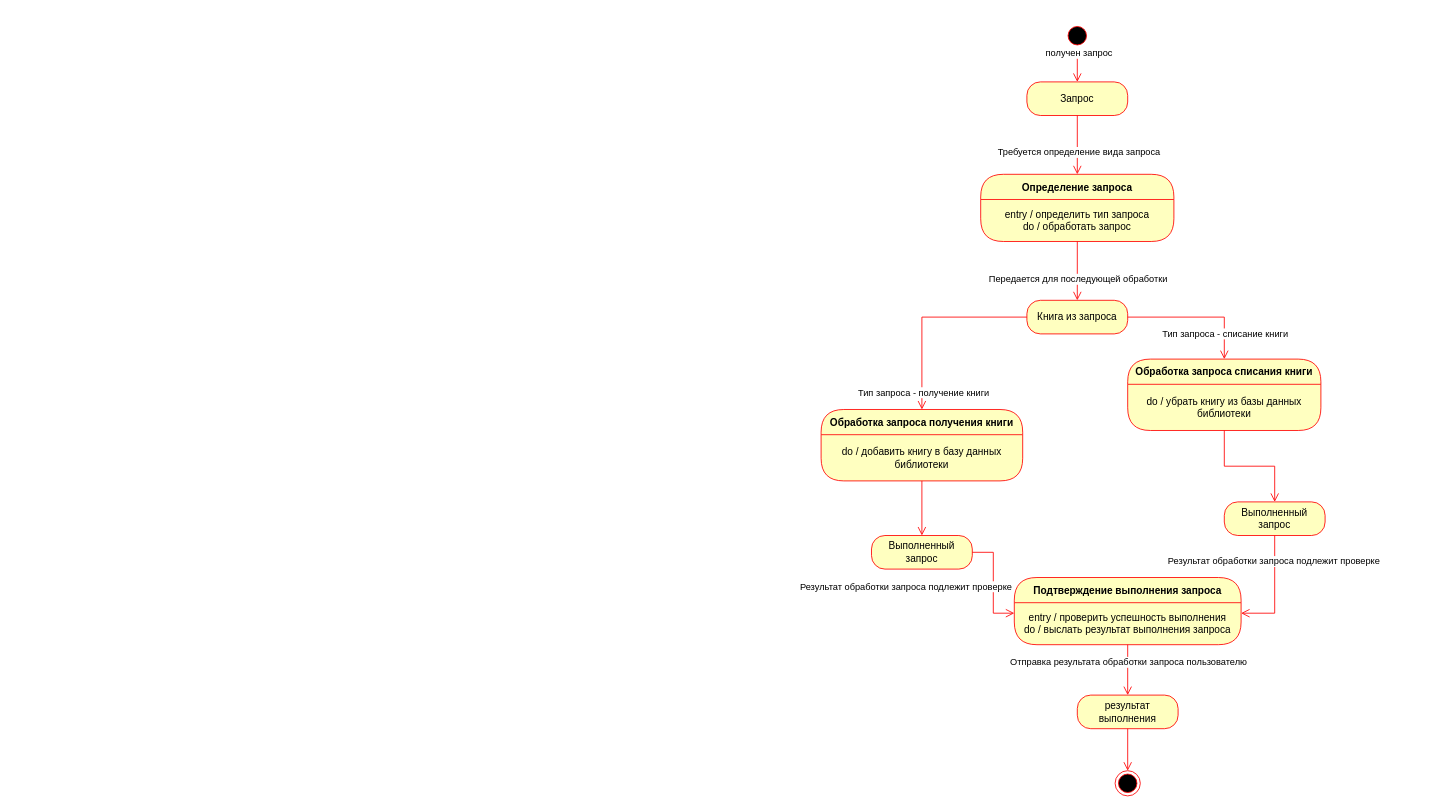
This is Шестая практика.drawio from sergkhr/VUZsystemModeling, a draw.io file, before an edit. Source tidied: cells renumbered, new cells numbered last; positions are measured from the earlier drawing's top-left corner, leaving out a move shared by most shapes. Both pictures are drawn from the tidied source at 84%, with x=0, y=0 at pixel (821, 23).
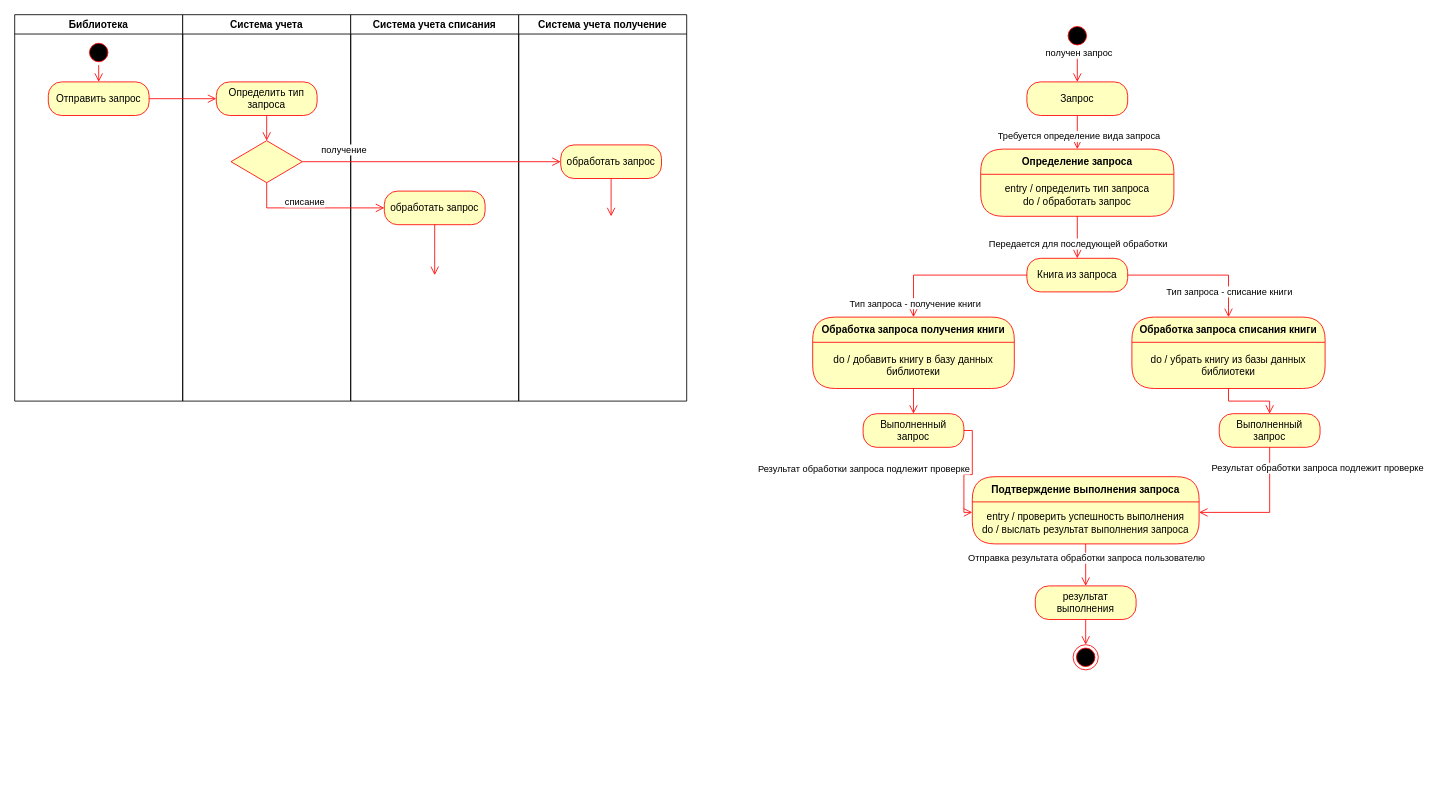
After the change.

The change refers to these unchanged cells:
```xml
<mxCell id="22" style="edgeStyle=orthogonalEdgeStyle;html=1;verticalAlign=bottom;endArrow=open;endSize=8;strokeColor=#ff0000;rounded=0;entryX=0;entryY=0.25;entryDx=0;entryDy=0;" parent="1" edge="1" source="21" target="25">
  <mxGeometry relative="1" as="geometry" />
</mxCell>
<mxCell id="29" style="edgeStyle=orthogonalEdgeStyle;html=1;verticalAlign=bottom;endArrow=open;endSize=8;strokeColor=#ff0000;rounded=0;entryX=1;entryY=0.25;entryDx=0;entryDy=0;exitX=0.5;exitY=1;exitDx=0;exitDy=0;" parent="1" edge="1" source="28" target="25">
  <mxGeometry relative="1" as="geometry" />
</mxCell>
```

Change to the diagram source:
```diff
@@
     <mxCell id="8" value="Определение запроса" style="swimlane;fontStyle=1;align=center;verticalAlign=middle;horizontal=1;startSize=30;fontColor=#000000;rounded=1;arcSize=30;strokeColor=#ff0000;fillColor=#ffffc0;swimlaneFillColor=#ffffc0;" parent="1" vertex="1">
-      <mxGeometry x="190" y="180" width="230" height="80" as="geometry" />
+      <mxGeometry x="190" y="150" width="230" height="80" as="geometry" />
     </mxCell>
@@
     <mxCell id="10" value="Обработка запроса получения книги" style="swimlane;fontStyle=1;align=center;verticalAlign=middle;horizontal=1;startSize=30;fontColor=#000000;rounded=1;arcSize=30;strokeColor=#ff0000;fillColor=#ffffc0;swimlaneFillColor=#ffffc0;" parent="1" vertex="1">
-      <mxGeometry y="460" width="240" height="85" as="geometry" />
+      <mxGeometry x="-10" y="350" width="240" height="85" as="geometry" />
     </mxCell>
@@
     <mxCell id="13" value="Книга из запроса" style="rounded=1;whiteSpace=wrap;html=1;arcSize=40;fontColor=#000000;fillColor=#ffffc0;strokeColor=#ff0000;" parent="1" vertex="1">
-      <mxGeometry x="245" y="330" width="120" height="40" as="geometry" />
+      <mxGeometry x="245" y="280" width="120" height="40" as="geometry" />
     </mxCell>
@@
     <mxCell id="16" value="Обработка запроса списания книги" style="swimlane;fontStyle=1;align=center;verticalAlign=middle;horizontal=1;startSize=30;fontColor=#000000;rounded=1;arcSize=30;strokeColor=#ff0000;fillColor=#ffffc0;swimlaneFillColor=#ffffc0;" parent="1" vertex="1">
-      <mxGeometry x="365" y="400" width="230" height="85" as="geometry" />
+      <mxGeometry x="370" y="350" width="230" height="85" as="geometry" />
     </mxCell>
@@
     <mxCell id="21" value="Выполненный запрос" style="rounded=1;whiteSpace=wrap;html=1;arcSize=40;fontColor=#000000;fillColor=#ffffc0;strokeColor=#ff0000;" parent="1" vertex="1">
-      <mxGeometry x="60" y="610" width="120" height="40" as="geometry" />
+      <mxGeometry x="50" y="465" width="120" height="40" as="geometry" />
     </mxCell>
@@
     <mxCell id="23" value="Результат обработки запроса подлежит проверке" style="edgeLabel;html=1;align=center;verticalAlign=middle;" parent="22" vertex="1">
       <mxGeometry x="-0.46" y="1" relative="1" as="geometry">
-        <mxPoint x="-106" y="32" as="offset" />
+        <mxPoint x="-131" y="21" as="offset" />
       </mxGeometry>
     </mxCell>
     <mxCell id="24" value="Подтверждение выполнения запроса" style="swimlane;fontStyle=1;align=center;verticalAlign=middle;horizontal=1;startSize=30;fontColor=#000000;rounded=1;arcSize=30;strokeColor=#ff0000;fillColor=#ffffc0;swimlaneFillColor=#ffffc0;" parent="1" vertex="1">
-      <mxGeometry x="230" y="660" width="270" height="80" as="geometry" />
+      <mxGeometry x="180" y="540" width="270" height="80" as="geometry" />
     </mxCell>
@@
     <mxCell id="28" value="Выполненный запрос" style="rounded=1;whiteSpace=wrap;html=1;arcSize=40;fontColor=#000000;fillColor=#ffffc0;strokeColor=#ff0000;" parent="1" vertex="1">
-      <mxGeometry x="480" y="570" width="120" height="40" as="geometry" />
+      <mxGeometry x="474" y="465" width="120" height="40" as="geometry" />
     </mxCell>
@@
     <mxCell id="30" value="Результат обработки запроса подлежит проверке" style="edgeLabel;html=1;align=center;verticalAlign=middle;" parent="29" vertex="1">
       <mxGeometry x="0.04" y="-2" relative="1" as="geometry">
-        <mxPoint y="-39" as="offset" />
+        <mxPoint x="63" y="-51" as="offset" />
       </mxGeometry>
     </mxCell>
     <mxCell id="31" value="результат выполнения" style="rounded=1;whiteSpace=wrap;html=1;arcSize=40;fontColor=#000000;fillColor=#ffffc0;strokeColor=#ff0000;" parent="1" vertex="1">
-      <mxGeometry x="305" y="800" width="120" height="40" as="geometry" />
+      <mxGeometry x="255" y="670" width="120" height="40" as="geometry" />
     </mxCell>
@@
     <mxCell id="33" style="ellipse;html=1;shape=endState;fillColor=#000000;strokeColor=#ff0000;" parent="1" vertex="1">
-      <mxGeometry x="350" y="890" width="30" height="30" as="geometry" />
+      <mxGeometry x="300" y="740" width="30" height="30" as="geometry" />
     </mxCell>
@@
+    <mxCell id="36" value="Библиотека" style="swimlane;whiteSpace=wrap;html=1;" parent="1" vertex="1">
+      <mxGeometry x="-960" y="-10" width="200" height="460" as="geometry" />
+    </mxCell>
+    <mxCell id="37" style="ellipse;html=1;shape=startState;fillColor=#000000;strokeColor=#ff0000;" parent="36" vertex="1">
+      <mxGeometry x="85" y="30" width="30" height="30" as="geometry" />
+    </mxCell>
+    <mxCell id="38" style="edgeStyle=orthogonalEdgeStyle;html=1;verticalAlign=bottom;endArrow=open;endSize=8;strokeColor=#ff0000;rounded=0;entryX=0.5;entryY=0;entryDx=0;entryDy=0;" parent="36" edge="1" source="37" target="39">
+      <mxGeometry relative="1" as="geometry" />
+    </mxCell>
+    <mxCell id="39" value="Отправить запрос" style="rounded=1;whiteSpace=wrap;html=1;arcSize=40;fontColor=#000000;fillColor=#ffffc0;strokeColor=#ff0000;" parent="36" vertex="1">
+      <mxGeometry x="40" y="80" width="120" height="40" as="geometry" />
+    </mxCell>
+    <mxCell id="40" value="Система учета" style="swimlane;whiteSpace=wrap;html=1;" parent="1" vertex="1">
+      <mxGeometry x="-760" y="-10" width="200" height="460" as="geometry" />
+    </mxCell>
+    <mxCell id="41" value="Определить тип запроса" style="rounded=1;whiteSpace=wrap;html=1;arcSize=40;fontColor=#000000;fillColor=#ffffc0;strokeColor=#ff0000;" parent="40" vertex="1">
+      <mxGeometry x="40" y="80" width="120" height="40" as="geometry" />
+    </mxCell>
+    <mxCell id="42" style="edgeStyle=orthogonalEdgeStyle;html=1;verticalAlign=bottom;endArrow=open;endSize=8;strokeColor=#ff0000;rounded=0;entryX=0.5;entryY=0;entryDx=0;entryDy=0;" parent="40" edge="1" source="41" target="43">
+      <mxGeometry relative="1" as="geometry" />
+    </mxCell>
+    <mxCell id="43" style="rhombus;whiteSpace=wrap;html=1;fontColor=#000000;fillColor=#ffffc0;strokeColor=#ff0000;" parent="40" vertex="1">
+      <mxGeometry x="57.5" y="150" width="85" height="50" as="geometry" />
+    </mxCell>
+    <mxCell id="44" value="Система учета списания" style="swimlane;whiteSpace=wrap;html=1;" parent="1" vertex="1">
+      <mxGeometry x="-560" y="-10" width="200" height="460" as="geometry" />
+    </mxCell>
+    <mxCell id="45" style="edgeStyle=orthogonalEdgeStyle;html=1;verticalAlign=bottom;endArrow=open;endSize=8;strokeColor=#ff0000;rounded=0;" parent="44" edge="1" source="49">
+      <mxGeometry relative="1" as="geometry">
+        <mxPoint x="310" y="240" as="targetPoint" />
+        <Array as="points">
+          <mxPoint x="310" y="240" />
+        </Array>
+      </mxGeometry>
+    </mxCell>
+    <mxCell id="46" value="обработать запрос" style="rounded=1;whiteSpace=wrap;html=1;arcSize=40;fontColor=#000000;fillColor=#ffffc0;strokeColor=#ff0000;" parent="44" vertex="1">
+      <mxGeometry x="40" y="210" width="120" height="40" as="geometry" />
+    </mxCell>
+    <mxCell id="47" style="edgeStyle=orthogonalEdgeStyle;html=1;verticalAlign=bottom;endArrow=open;endSize=8;strokeColor=#ff0000;rounded=0;" parent="44" edge="1" source="46">
+      <mxGeometry relative="1" as="geometry">
+        <mxPoint x="100" y="310" as="targetPoint" />
+      </mxGeometry>
+    </mxCell>
+    <mxCell id="48" value="Система учета получение" style="swimlane;whiteSpace=wrap;html=1;" parent="1" vertex="1">
+      <mxGeometry x="-360" y="-10" width="200" height="460" as="geometry" />
+    </mxCell>
+    <mxCell id="49" value="обработать запрос" style="rounded=1;whiteSpace=wrap;html=1;arcSize=40;fontColor=#000000;fillColor=#ffffc0;strokeColor=#ff0000;" parent="48" vertex="1">
+      <mxGeometry x="50" y="155" width="120" height="40" as="geometry" />
+    </mxCell>
+    <mxCell id="50" style="edgeStyle=orthogonalEdgeStyle;html=1;verticalAlign=bottom;endArrow=open;endSize=8;strokeColor=#ff0000;rounded=0;entryX=0;entryY=0.5;entryDx=0;entryDy=0;" parent="1" edge="1" source="39" target="41">
+      <mxGeometry relative="1" as="geometry" />
+    </mxCell>
+    <mxCell id="51" style="edgeStyle=orthogonalEdgeStyle;html=1;align=left;verticalAlign=bottom;endArrow=open;endSize=8;strokeColor=#ff0000;rounded=0;exitX=1;exitY=0.5;exitDx=0;exitDy=0;entryX=0;entryY=0.5;entryDx=0;entryDy=0;" parent="1" edge="1" source="43" target="49">
+      <mxGeometry x="-1" relative="1" as="geometry" />
+    </mxCell>
+    <mxCell id="52" value="получение" style="edgeLabel;html=1;align=center;verticalAlign=middle;" parent="51" vertex="1">
+      <mxGeometry x="-0.58" y="-1" relative="1" as="geometry">
+        <mxPoint x="-16" y="-16" as="offset" />
+      </mxGeometry>
+    </mxCell>
+    <mxCell id="53" value="списание" style="edgeStyle=orthogonalEdgeStyle;html=1;align=left;verticalAlign=top;endArrow=open;endSize=8;strokeColor=#ff0000;rounded=0;entryX=0;entryY=0.5;entryDx=0;entryDy=0;" parent="1" edge="1" source="43" target="46">
+      <mxGeometry x="-0.41" y="20" relative="1" as="geometry">
+        <Array as="points">
+          <mxPoint x="-660" y="220" />
+        </Array>
+      </mxGeometry>
+    </mxCell>
```
